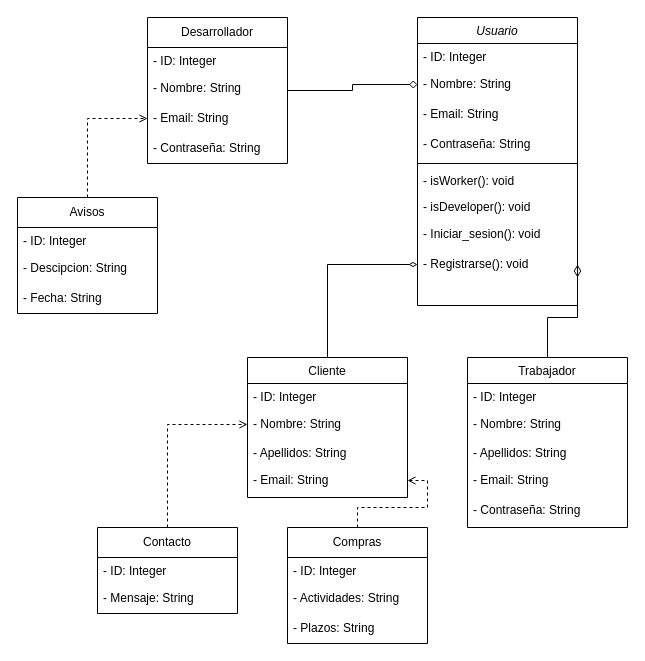
Above: Clases.drawio in HuBaMarin/projDespliegue (draw.io), before the change. Source tidied: cells renumbered, new cells numbered last; positions are measured from the earlier drawing's top-left corner, leaving out a move shared by most shapes. Both pictures are drawn from the tidied source at 100%, with x=0, y=0 at pixel (17, 17).
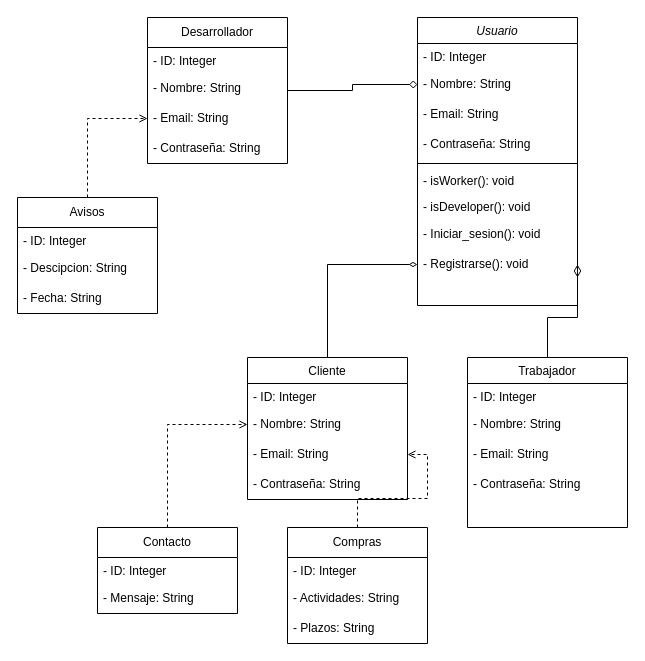
After the change.

The change refers to these unchanged cells:
```xml
<mxCell id="18" value="Trabajador" style="swimlane;fontStyle=0;align=center;verticalAlign=top;horizontal=1;startSize=26;rounded=0;shadow=0;strokeWidth=1;" parent="1" vertex="1">
  <mxGeometry x="450" y="340" width="160" height="170" as="geometry" />
</mxCell>
```

Change to the diagram source:
```diff
@@
     <mxCell id="13" value="Cliente" style="swimlane;fontStyle=0;align=center;verticalAlign=top;horizontal=1;startSize=26;rounded=0;shadow=0;strokeWidth=1;" parent="1" vertex="1">
-      <mxGeometry x="230" y="340" width="160" height="140" as="geometry" />
+      <mxGeometry x="230" y="340" width="160" height="142" as="geometry" />
     </mxCell>
@@
-    <mxCell id="16" value="- Apellidos: String" style="text;align=left;verticalAlign=top;spacingLeft=4;spacingRight=4;overflow=hidden;" parent="13" vertex="1">
-      <mxGeometry y="82" width="160" height="26" as="geometry" />
-    </mxCell>
     <mxCell id="17" value="- Email: String" style="text;strokeColor=none;fillColor=none;align=left;verticalAlign=middle;spacingLeft=4;spacingRight=4;overflow=hidden;points=[[0,0.5],[1,0.5]];portConstraint=eastwest;whiteSpace=wrap;html=1;" parent="13" vertex="1">
-      <mxGeometry y="108" width="160" height="30" as="geometry" />
+      <mxGeometry y="82" width="160" height="30" as="geometry" />
     </mxCell>
+    <mxCell id="45" value="- Contraseña: String" style="text;strokeColor=none;fillColor=none;align=left;verticalAlign=middle;spacingLeft=4;spacingRight=4;overflow=hidden;whiteSpace=wrap;html=1;" parent="13" vertex="1">
+      <mxGeometry y="112" width="160" height="30" as="geometry" />
+    </mxCell>
@@
-    <mxCell id="21" value="- Apellidos: String" style="text;align=left;verticalAlign=top;spacingLeft=4;spacingRight=4;overflow=hidden;" parent="18" vertex="1">
-      <mxGeometry y="82" width="160" height="26" as="geometry" />
-    </mxCell>
     <mxCell id="22" value="- Email: String" style="text;strokeColor=none;fillColor=none;align=left;verticalAlign=middle;spacingLeft=4;spacingRight=4;overflow=hidden;whiteSpace=wrap;html=1;" parent="18" vertex="1">
-      <mxGeometry y="108" width="160" height="30" as="geometry" />
+      <mxGeometry y="82" width="160" height="30" as="geometry" />
     </mxCell>
     <mxCell id="23" value="- Contraseña: String" style="text;strokeColor=none;fillColor=none;align=left;verticalAlign=middle;spacingLeft=4;spacingRight=4;overflow=hidden;whiteSpace=wrap;html=1;" parent="18" vertex="1">
-      <mxGeometry y="138" width="160" height="30" as="geometry" />
+      <mxGeometry y="112" width="160" height="30" as="geometry" />
     </mxCell>
```
